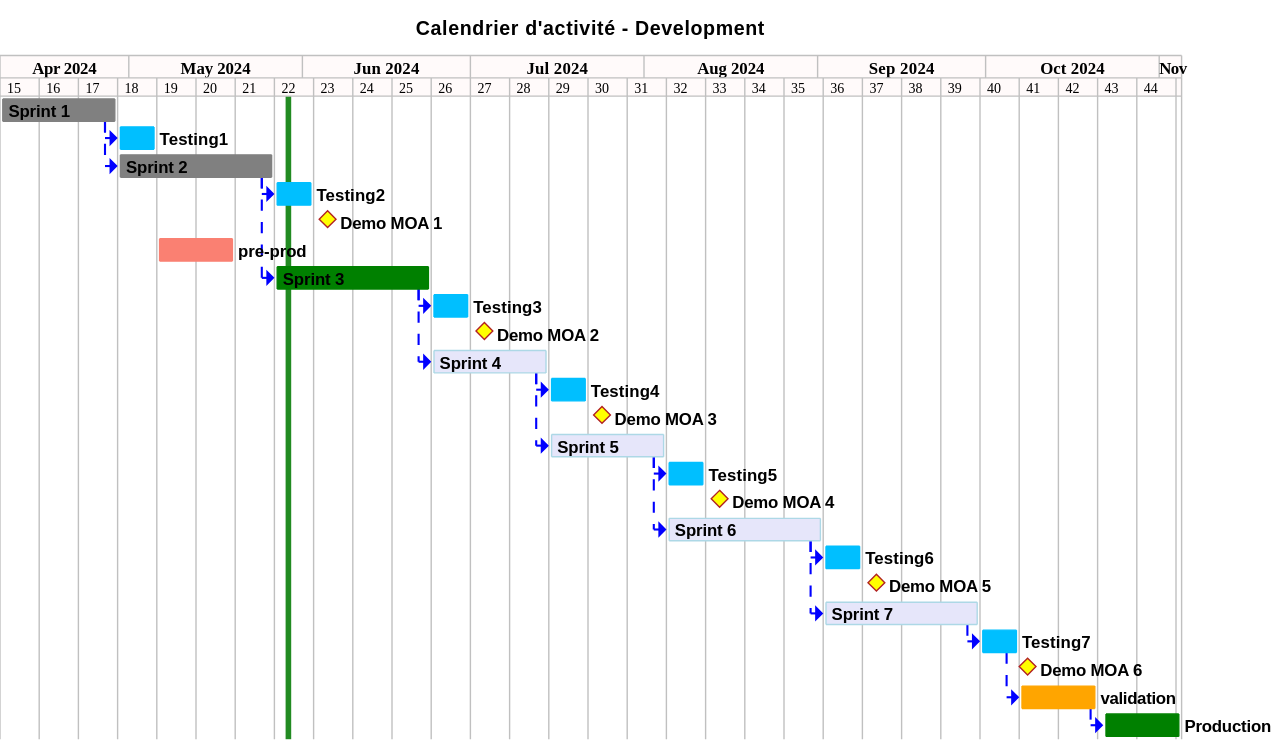
The PlantUML diagram projects/activity-calendar/not/images/refonte-activity-calendar-planning-sprints.svg in sumaris-net/sumaris-doc, before a commit.
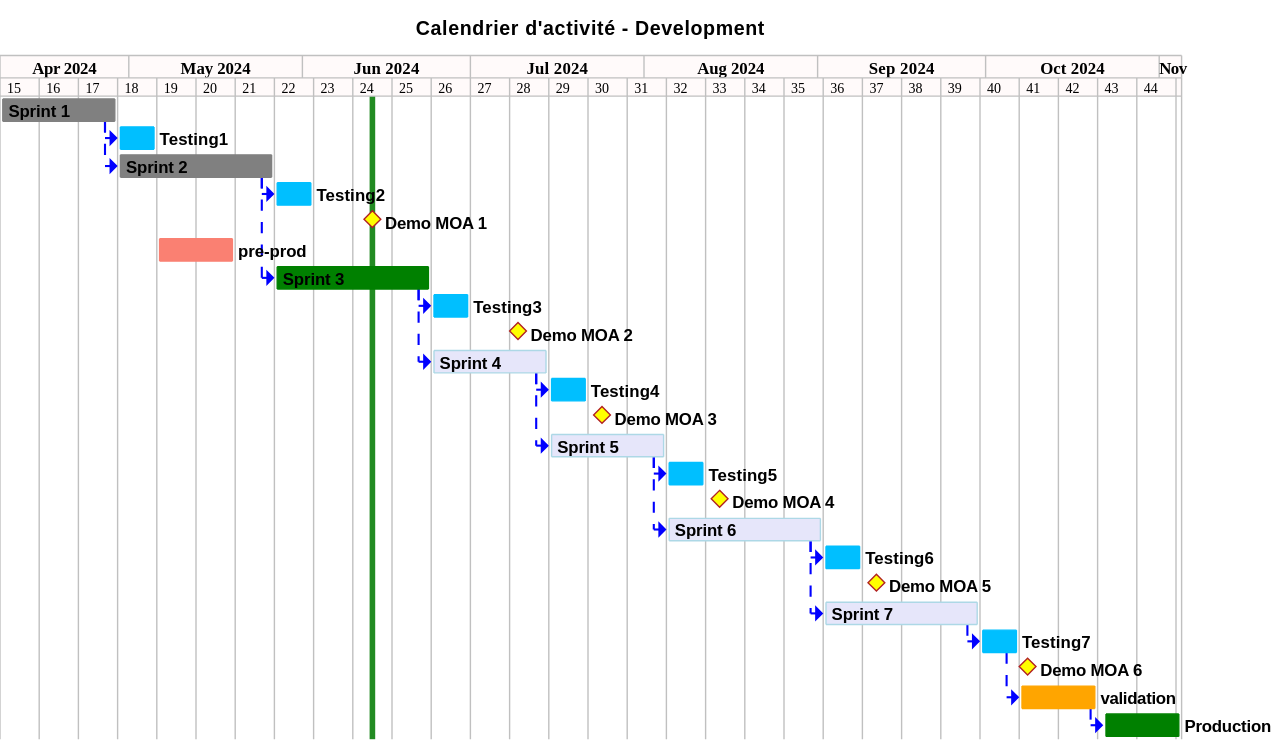
After the change.

Commit message:
[enh] Add CRR 13/06/2024 Demo MOA ActiFlot meeting

Diff of the diagram source:
```diff
@@ -83,7 +83,7 @@
 [TASK1]->[TASK2]
 [Testing2] requires 1 week
 [TASK2]->[Testing2]
-[Demo MOA 1] happens 3 day after [Testing2]'s end
+[Demo MOA 1] happens 11 day after [Testing2]'s end
 
 [pre-prod] as [PREPROD] requires 2 week and starts the 6th of May 2024
 [PREPROD] is colored in salmon
@@ -93,7 +93,7 @@
 [TASK2]->[TASK3]
 [Testing3] requires 1 week
 [TASK3]->[Testing3]
-[Demo MOA 2] happens 3 day after [Testing3]'s end
+[Demo MOA 2] happens 9 day after [Testing3]'s end
 
 [Sprint 4] as [TASK4] requires 3 weeks
 [TASK4] is colored in Lavender/LightBlue
```
